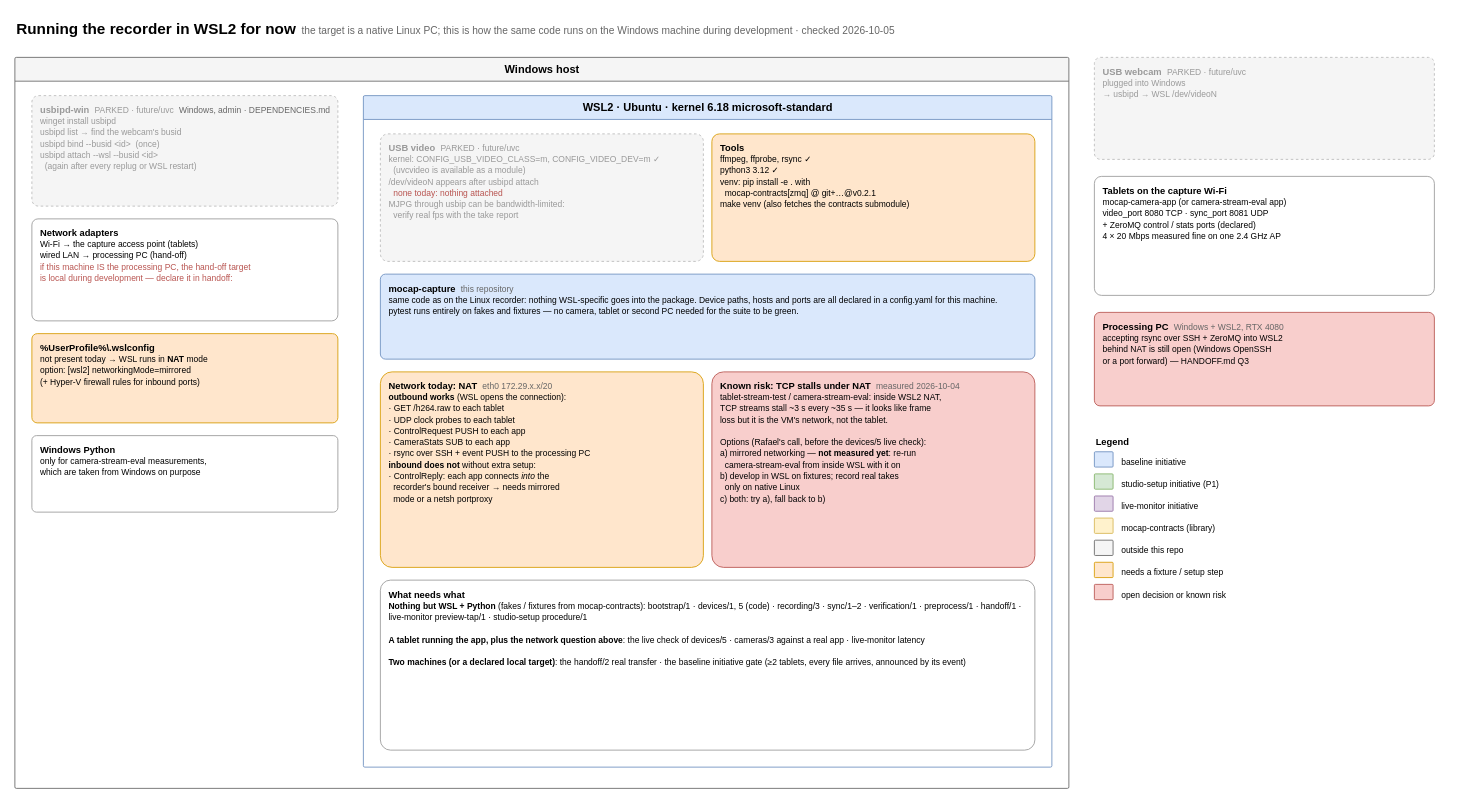
Before: page "3 · Dev setup (WSL2)" (3 of 4) of docs/recorder-pc.drawio in rafaelchiafarelli/mocap-capture, a draw.io diagram. Source tidied: cells renumbered, new cells numbered last; positions are measured from the earlier drawing's top-left corner, leaving out a move shared by most shapes. Both pictures are drawn from the tidied source at 85%, with x=0, y=0 at pixel (14, 14).
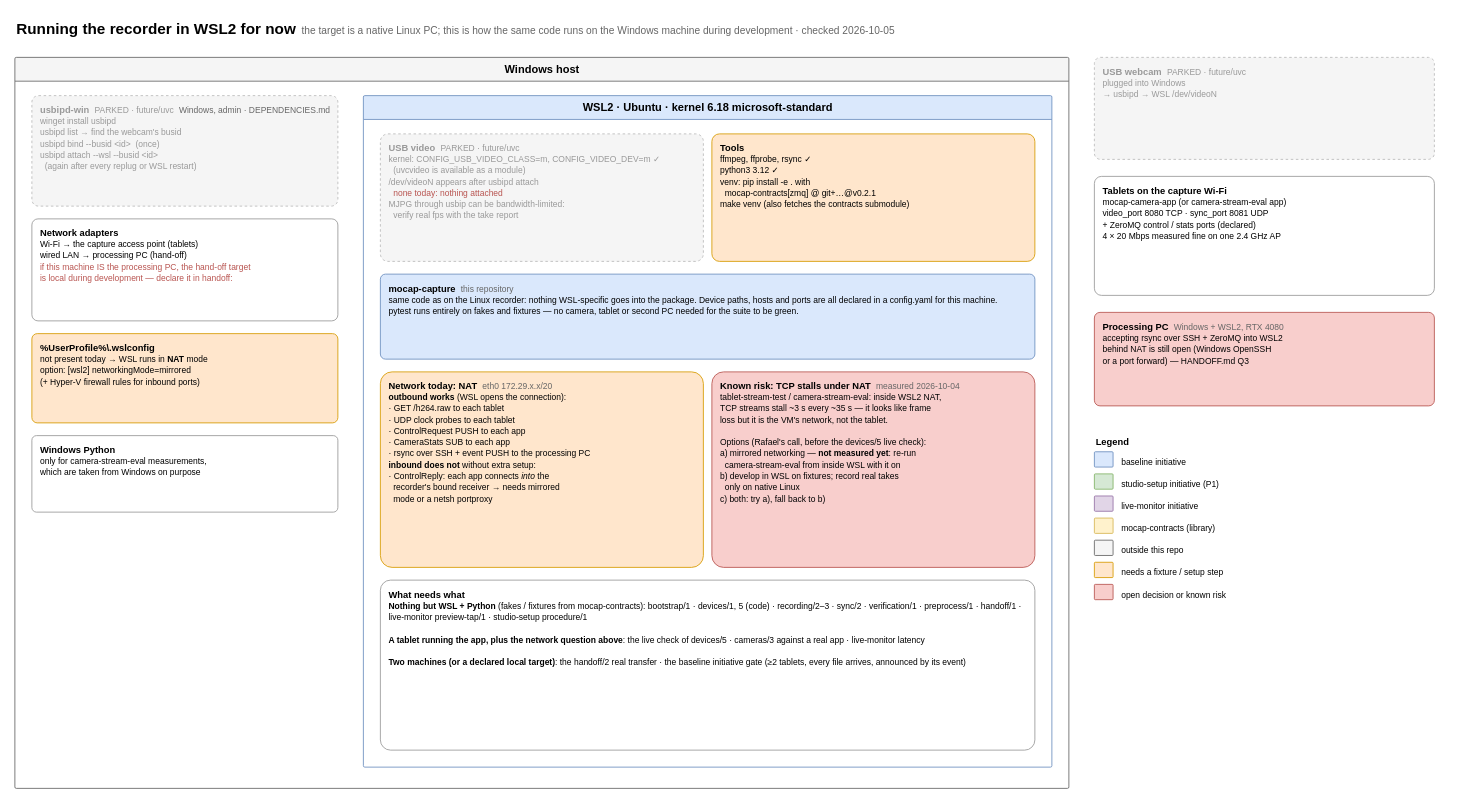
Above is the later version.

Commit message (it also covers changes not shown here):
docs(initiatives): sync markers move to recording/2, on Unix time

The change refers to these unchanged cells:
```xml
<mxCell id="8" value="WSL2 · Ubuntu · kernel 6.18 microsoft-standard" style="swimlane;html=1;startSize=28;rounded=1;arcSize=2;fontSize=13;fontStyle=1;swimlaneFillColor=none;fillColor=#dae8fc;strokeColor=#6c8ebf;" parent="3" vertex="1">
  <mxGeometry x="410" y="45" width="810" height="790" as="geometry" />
</mxCell>
```

Change to the diagram source:
```diff
@@
-    <mxCell id="14" value="&lt;b&gt;What needs what&lt;/b&gt;&lt;br&gt;&lt;font style='font-size:10px'&gt;&lt;b&gt;Nothing but WSL + Python&lt;/b&gt; (fakes / fixtures from mocap-contracts): bootstrap/1 · devices/1, 5 (code) · recording/3 · sync/1–2 · verification/1 · preprocess/1 · handoff/1 · live-monitor preview-tap/1 · studio-setup procedure/1&lt;br&gt;&lt;br&gt;&lt;b&gt;A tablet running the app, plus the network question above&lt;/b&gt;: the live check of devices/5 · cameras/3 against a real app · live-monitor latency&lt;br&gt;&lt;br&gt;&lt;b&gt;Two machines (or a declared local target)&lt;/b&gt;: the handoff/2 real transfer · the baseline initiative gate (≥2 tablets, every file arrives, announced by its event)&lt;/font&gt;" style="rounded=1;whiteSpace=wrap;html=1;arcSize=6;align=left;verticalAlign=top;spacingLeft=8;spacingTop=4;fontSize=11;fillColor=#ffffff;strokeColor=#999999;" parent="8" vertex="1">
+    <mxCell id="14" value="&lt;b&gt;What needs what&lt;/b&gt;&lt;br&gt;&lt;font style='font-size:10px'&gt;&lt;b&gt;Nothing but WSL + Python&lt;/b&gt; (fakes / fixtures from mocap-contracts): bootstrap/1 · devices/1, 5 (code) · recording/2–3 · sync/2 · verification/1 · preprocess/1 · handoff/1 · live-monitor preview-tap/1 · studio-setup procedure/1&lt;br&gt;&lt;br&gt;&lt;b&gt;A tablet running the app, plus the network question above&lt;/b&gt;: the live check of devices/5 · cameras/3 against a real app · live-monitor latency&lt;br&gt;&lt;br&gt;&lt;b&gt;Two machines (or a declared local target)&lt;/b&gt;: the handoff/2 real transfer · the baseline initiative gate (≥2 tablets, every file arrives, announced by its event)&lt;/font&gt;" style="rounded=1;whiteSpace=wrap;html=1;arcSize=6;align=left;verticalAlign=top;spacingLeft=8;spacingTop=4;fontSize=11;fillColor=#ffffff;strokeColor=#999999;" parent="8" vertex="1">
       <mxGeometry x="20" y="570" width="770" height="200" as="geometry" />
     </mxCell>
```
